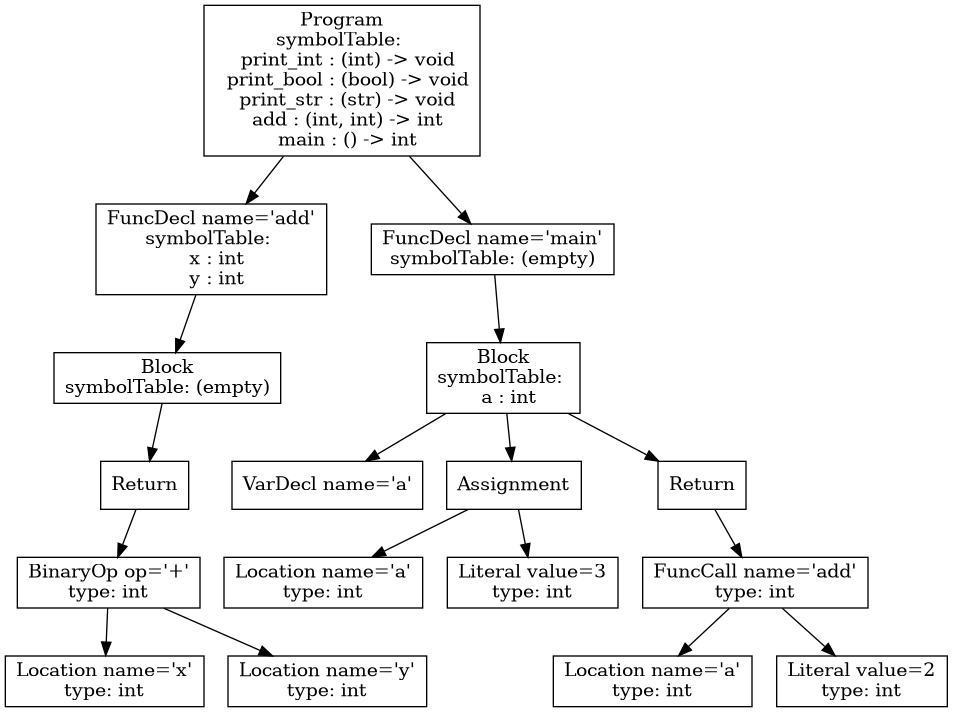
Earlier version of the Graphviz export p3-analysis/tests/tree.png (atrim11/CS432). Its source is kept beside it as p3-analysis/tree.dot.
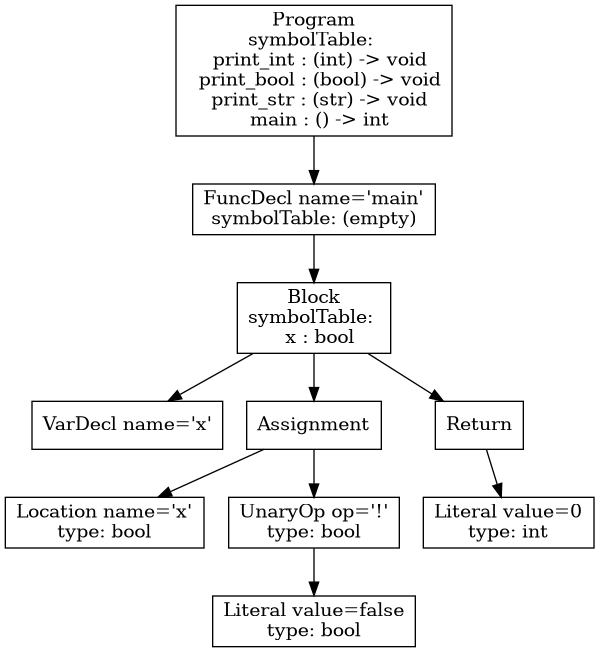
The same diagram one commit later.

The edit, as a diff of the source:
```diff
@@ -1,33 +1,9 @@
 digraph AST {
-3 [shape=box, label="FuncCall name='foo'\ntype: int"];
-5 [shape=box, label="Literal value=0\ntype: int"];
-4 [shape=box, label="Return"];
-4 -> 5;
-2 [shape=box, label="Block\nsymbolTable: (empty)"];
+3 [shape=box, label="VarDecl name='arr'"];
+2 [shape=box, label="Block\nsymbolTable: \n  arr : int [5]"];
 2 -> 3;
-2 -> 4;
 1 [shape=box, label="FuncDecl name='main'\nsymbolTable: (empty)"];
 1 -> 2;
-8 [shape=box, label="VarDecl name='x'"];
-10 [shape=box, label="Literal value=0\ntype: int"];
-9 [shape=box, label="Return"];
-9 -> 10;
-7 [shape=box, label="Block\nsymbolTable: \n  x : int"];
-7 -> 8;
-7 -> 9;
-6 [shape=box, label="FuncDecl name='foo'\nsymbolTable: (empty)"];
-6 -> 7;
-13 [shape=box, label="VarDecl name='x'"];
-15 [shape=box, label="Literal value=0\ntype: int"];
-14 [shape=box, label="Return"];
-14 -> 15;
-12 [shape=box, label="Block\nsymbolTable: \n  x : int"];
-12 -> 13;
-12 -> 14;
-11 [shape=box, label="FuncDecl name='foo'\nsymbolTable: (empty)"];
-11 -> 12;
-0 [shape=box, label="Program\nsymbolTable: \n  print_int : (int) -> void\n  print_bool : (bool) -> void\n  print_str : (str) -> void\n  main : () -> int\n  foo : () -> int\n  foo : () -> int"];
+0 [shape=box, label="Program\nsymbolTable: \n  print_int : (int) -> void\n  print_bool : (bool) -> void\n  print_str : (str) -> void\n  main : () -> int"];
 0 -> 1;
-0 -> 6;
-0 -> 11;
 }
```
